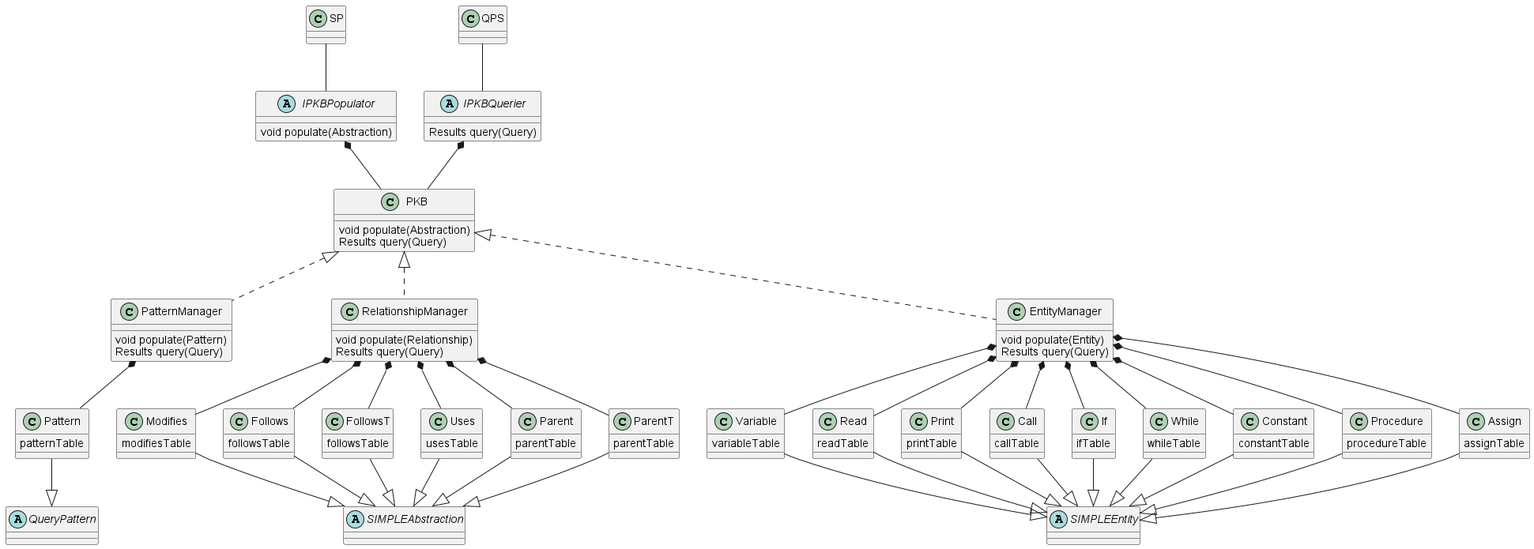
mazx4960/static-analyzer keeps this PlantUML diagram as docs/images/PKBClassDiagram.png. Above is the earlier version.
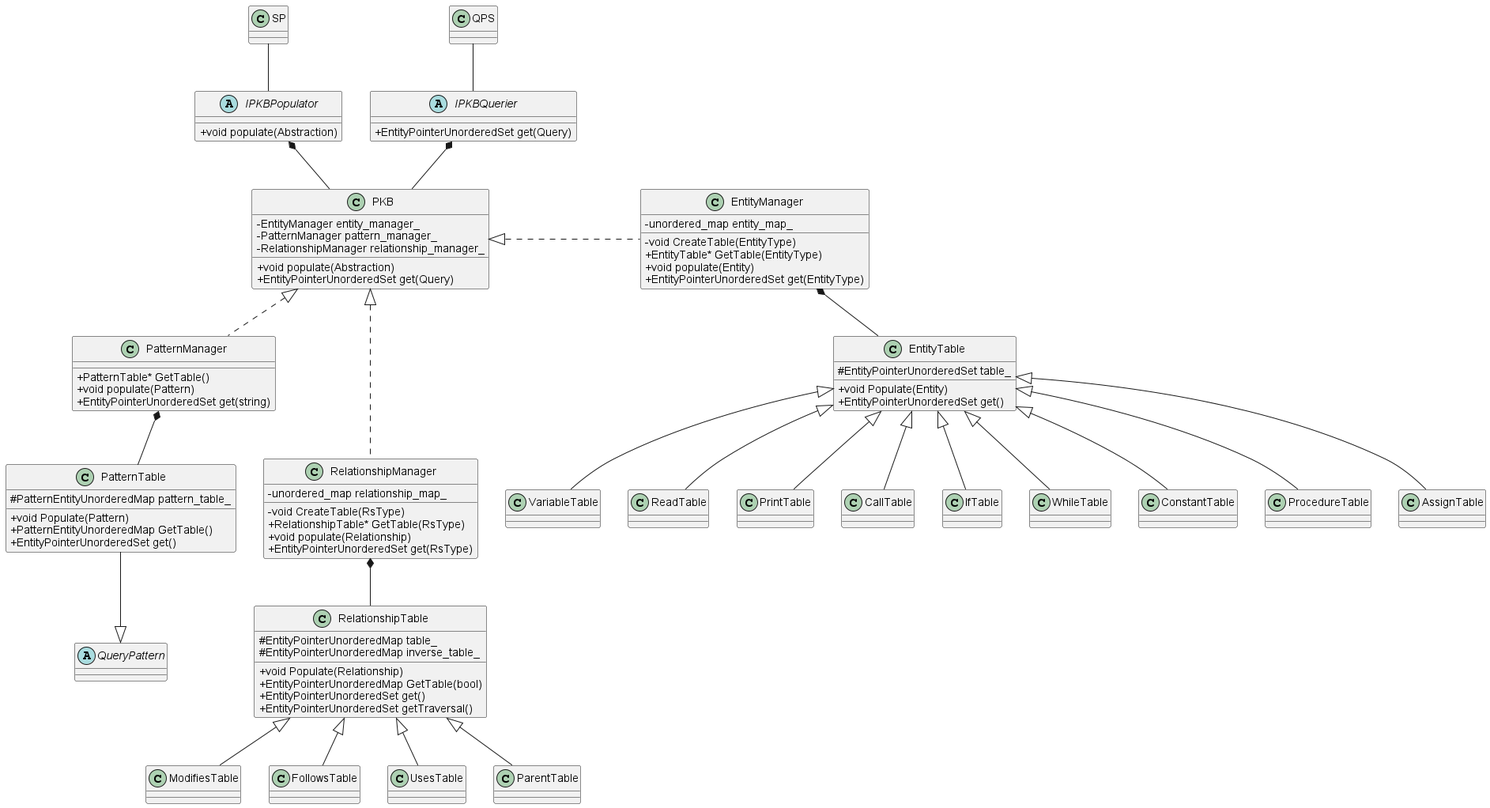
The same file after the commit.

Commit message:
docs: update UML diagram

Diff of the diagram source:
```diff
@@ -1,149 +1,140 @@
 @startuml
+skinparam classAttributeIconSize 0
 
 class SP
 class QPS
 class PKB
 
 abstract class IPKBPopulator {
-	void populate(Abstraction)
+	+void populate(Abstraction)
 }
 
 abstract class IPKBQuerier {
-	Results query(Query)
+	+EntityPointerUnorderedSet get(Query)
+}
+
+class PKB {
+    -EntityManager entity_manager_
+    -PatternManager pattern_manager_
+    -RelationshipManager relationship_manager_
+    +void populate(Abstraction)
+    +EntityPointerUnorderedSet get(Query)
 }
 
 class EntityManager {
-    void populate(Entity)
-    Results query(Query)
-}
-class RelationshipManager {
-    void populate(Relationship)
-    Results query(Query)
-}
-class PatternManager {
-    void populate(Pattern)
-    Results query(Query)
+    -unordered_map entity_map_
+    -void CreateTable(EntityType)
+    +EntityTable* GetTable(EntityType)
+    +void populate(Entity)
+    +EntityPointerUnorderedSet get(EntityType)
 }
 
-class PKB {
-    void populate(Abstraction)
-    Results query(Query)
+class RelationshipManager {
+    -unordered_map relationship_map_
+    -void CreateTable(RsType)
+    +RelationshipTable* GetTable(RsType)
+    +void populate(Relationship)
+    +EntityPointerUnorderedSet get(RsType)
 }
 
-abstract class "SIMPLEAbstraction"
-abstract class "SIMPLEEntity"
+class PatternManager {
+    +PatternTable* GetTable()
+    +void populate(Pattern)
+    +EntityPointerUnorderedSet get(string)
+}
+
+class RelationshipTable {
+    #EntityPointerUnorderedMap table_
+    #EntityPointerUnorderedMap inverse_table_
+    +void Populate(Relationship)
+    +EntityPointerUnorderedMap GetTable(bool)
+    +EntityPointerUnorderedSet get()
+    +EntityPointerUnorderedSet getTraversal()
+}
+
+class EntityTable {
+    #EntityPointerUnorderedSet table_
+    +void Populate(Entity)
+    +EntityPointerUnorderedSet get()
+}
+
+class PatternTable {
+    #PatternEntityUnorderedMap pattern_table_
+    +void Populate(Pattern)
+    +PatternEntityUnorderedMap GetTable()
+    +EntityPointerUnorderedSet get()
+}
+
 abstract class "QueryPattern"
 
-class Variable {
-	variableTable
+class VariableTable {
 }
 
-class Read {
-	readTable
+class ReadTable {
 }
 
-class Print {
-	printTable
+class PrintTable {
 }
 
-class Call {
-	callTable
+class CallTable {
 }
 
-class If {
-	ifTable
+class IfTable {
 }
 
-class While {
-	whileTable
+class WhileTable {
 }
 
-class Constant {
-	constantTable
+class ConstantTable {
 }
 
-class Procedure{
-	procedureTable
+class ProcedureTable {
 }
 
-class Assign {
-	assignTable
+class AssignTable {
 }
 
-class Pattern {
-	patternTable
+class ModifiesTable {
 }
 
-class Modifies {
-	modifiesTable
+class FollowsTable {
 }
 
-class Follows {
-	followsTable
+class UsesTable {
 }
 
-class FollowsT {
-	followsTable
+class ParentTable {
 }
-
-class Uses {
-	usesTable
-}
-
-class Parent{
-	parentTable
-}
-
-class ParentT {
-	parentTable
-}
-
 
 IPKBPopulator *-down- PKB
 IPKBQuerier *-down- PKB
 SP -down- IPKBPopulator
 QPS -down- IPKBQuerier
 
-PKB <|.down. EntityManager
+PKB <|.down EntityManager
 PKB <|.down.  PatternManager
-PKB <|.down.  RelationshipManager
+PKB <|.down.. RelationshipManager
 
-Variable -up-* EntityManager
-Read -up-* EntityManager
-Print  -up-* EntityManager
-Call -up-* EntityManager
-If -up-* EntityManager
-While -up-* EntityManager
-Constant -up-* EntityManager
-Procedure -up-* EntityManager
-Assign -up-* EntityManager
+EntityTable -up-* EntityManager
 
-Variable -down-|> SIMPLEEntity
-Read -down-|> SIMPLEEntity
-Print -down-|> SIMPLEEntity
-Call -down-|> SIMPLEEntity
-If -down-|> SIMPLEEntity
-While -down-|> SIMPLEEntity
-Constant -down-|> SIMPLEEntity
-Procedure -down-|> SIMPLEEntity
-Assign -down-|> SIMPLEEntity
+VariableTable -up-|> EntityTable
+ReadTable -up-|> EntityTable
+PrintTable -up-|> EntityTable
+CallTable -up-|> EntityTable
+IfTable -up-|> EntityTable
+WhileTable -up-|> EntityTable
+ConstantTable -up-|> EntityTable
+ProcedureTable -up-|> EntityTable
+AssignTable -up-|> EntityTable
 
-Modifies -up-* RelationshipManager
-Follows -up-* RelationshipManager
-FollowsT -up-* RelationshipManager
-Uses -up-* RelationshipManager
-Parent -up-* RelationshipManager
-ParentT -up-* RelationshipManager
+RelationshipTable -up-* RelationshipManager
 
+ModifiesTable -up-|> RelationshipTable
+FollowsTable -up-|> RelationshipTable
+UsesTable -up-|> RelationshipTable
+ParentTable -up-|> RelationshipTable
 
-Modifies -down-|> SIMPLEAbstraction
-Follows -down-|> SIMPLEAbstraction
-FollowsT -down-|> SIMPLEAbstraction
-Uses -down-|> SIMPLEAbstraction
-Parent -down-|> SIMPLEAbstraction
-ParentT -down-|> SIMPLEAbstraction
-
-Pattern -up-* PatternManager
-Pattern -down-|> QueryPattern
+PatternTable -up-* PatternManager
+PatternTable -down-|> QueryPattern
 
 @enduml
```
